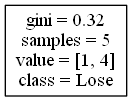
The Graphviz diagram DecisionTrees/Mountain Westdecision_tree_no_score_or_attendance14.png in alexana-steck/CSE482Project, before a commit. Its source is kept beside it as DecisionTrees/Mountain Westdecision_tree_no_score_or_attendance14.dot.
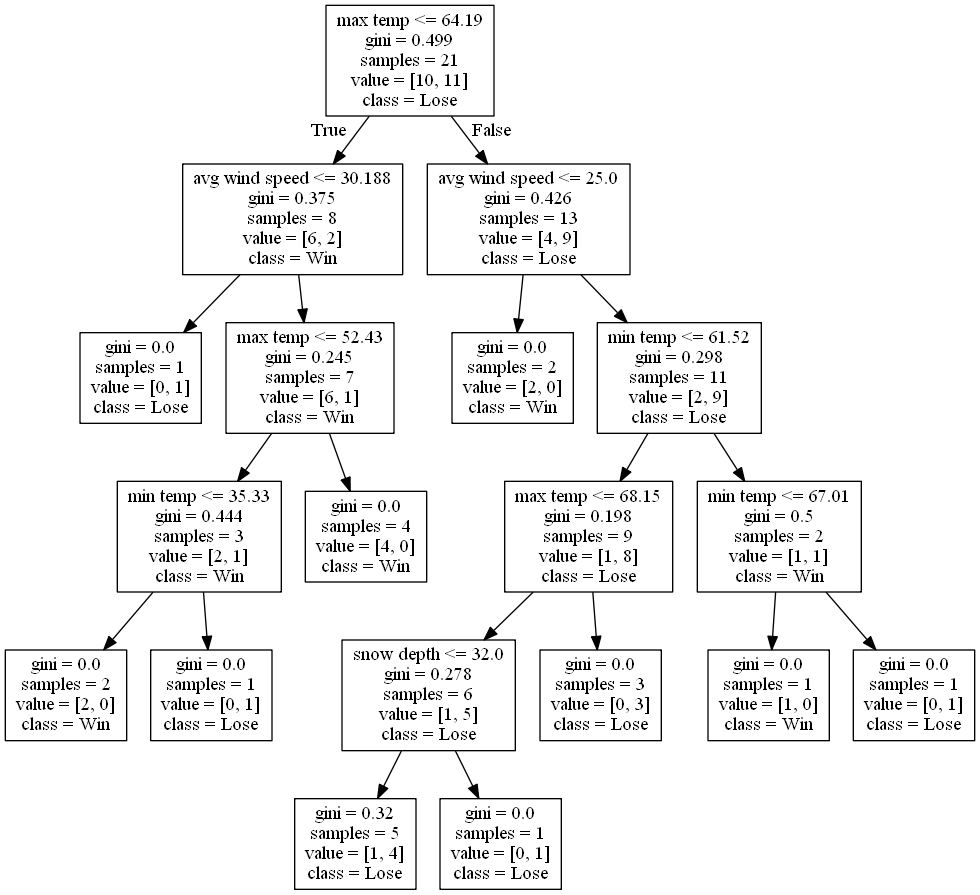
Later version of the same file.

Change to the diagram source:
```diff
@@ -1,4 +1,40 @@
 digraph Tree {
 node [shape=box] ;
-0 [label="gini = 0.32\nsamples = 5\nvalue = [1, 4]\nclass = Lose"] ;
+0 [label="max temp <= 64.19\ngini = 0.499\nsamples = 21\nvalue = [10, 11]\nclass = Lose"] ;
+1 [label="avg wind speed <= 30.188\ngini = 0.375\nsamples = 8\nvalue = [6, 2]\nclass = Win"] ;
+0 -> 1 [labeldistance=2.5, labelangle=45, headlabel="True"] ;
+2 [label="gini = 0.0\nsamples = 1\nvalue = [0, 1]\nclass = Lose"] ;
+1 -> 2 ;
+3 [label="max temp <= 52.43\ngini = 0.245\nsamples = 7\nvalue = [6, 1]\nclass = Win"] ;
+1 -> 3 ;
+4 [label="min temp <= 35.33\ngini = 0.444\nsamples = 3\nvalue = [2, 1]\nclass = Win"] ;
+3 -> 4 ;
+5 [label="gini = 0.0\nsamples = 2\nvalue = [2, 0]\nclass = Win"] ;
+4 -> 5 ;
+6 [label="gini = 0.0\nsamples = 1\nvalue = [0, 1]\nclass = Lose"] ;
+4 -> 6 ;
+7 [label="gini = 0.0\nsamples = 4\nvalue = [4, 0]\nclass = Win"] ;
+3 -> 7 ;
+8 [label="avg wind speed <= 25.0\ngini = 0.426\nsamples = 13\nvalue = [4, 9]\nclass = Lose"] ;
+0 -> 8 [labeldistance=2.5, labelangle=-45, headlabel="False"] ;
+9 [label="gini = 0.0\nsamples = 2\nvalue = [2, 0]\nclass = Win"] ;
+8 -> 9 ;
+10 [label="min temp <= 61.52\ngini = 0.298\nsamples = 11\nvalue = [2, 9]\nclass = Lose"] ;
+8 -> 10 ;
+11 [label="max temp <= 68.15\ngini = 0.198\nsamples = 9\nvalue = [1, 8]\nclass = Lose"] ;
+10 -> 11 ;
+12 [label="snow depth <= 32.0\ngini = 0.278\nsamples = 6\nvalue = [1, 5]\nclass = Lose"] ;
+11 -> 12 ;
+13 [label="gini = 0.32\nsamples = 5\nvalue = [1, 4]\nclass = Lose"] ;
+12 -> 13 ;
+14 [label="gini = 0.0\nsamples = 1\nvalue = [0, 1]\nclass = Lose"] ;
+12 -> 14 ;
+15 [label="gini = 0.0\nsamples = 3\nvalue = [0, 3]\nclass = Lose"] ;
+11 -> 15 ;
+16 [label="min temp <= 67.01\ngini = 0.5\nsamples = 2\nvalue = [1, 1]\nclass = Win"] ;
+10 -> 16 ;
+17 [label="gini = 0.0\nsamples = 1\nvalue = [1, 0]\nclass = Win"] ;
+16 -> 17 ;
+18 [label="gini = 0.0\nsamples = 1\nvalue = [0, 1]\nclass = Lose"] ;
+16 -> 18 ;
 }
```
